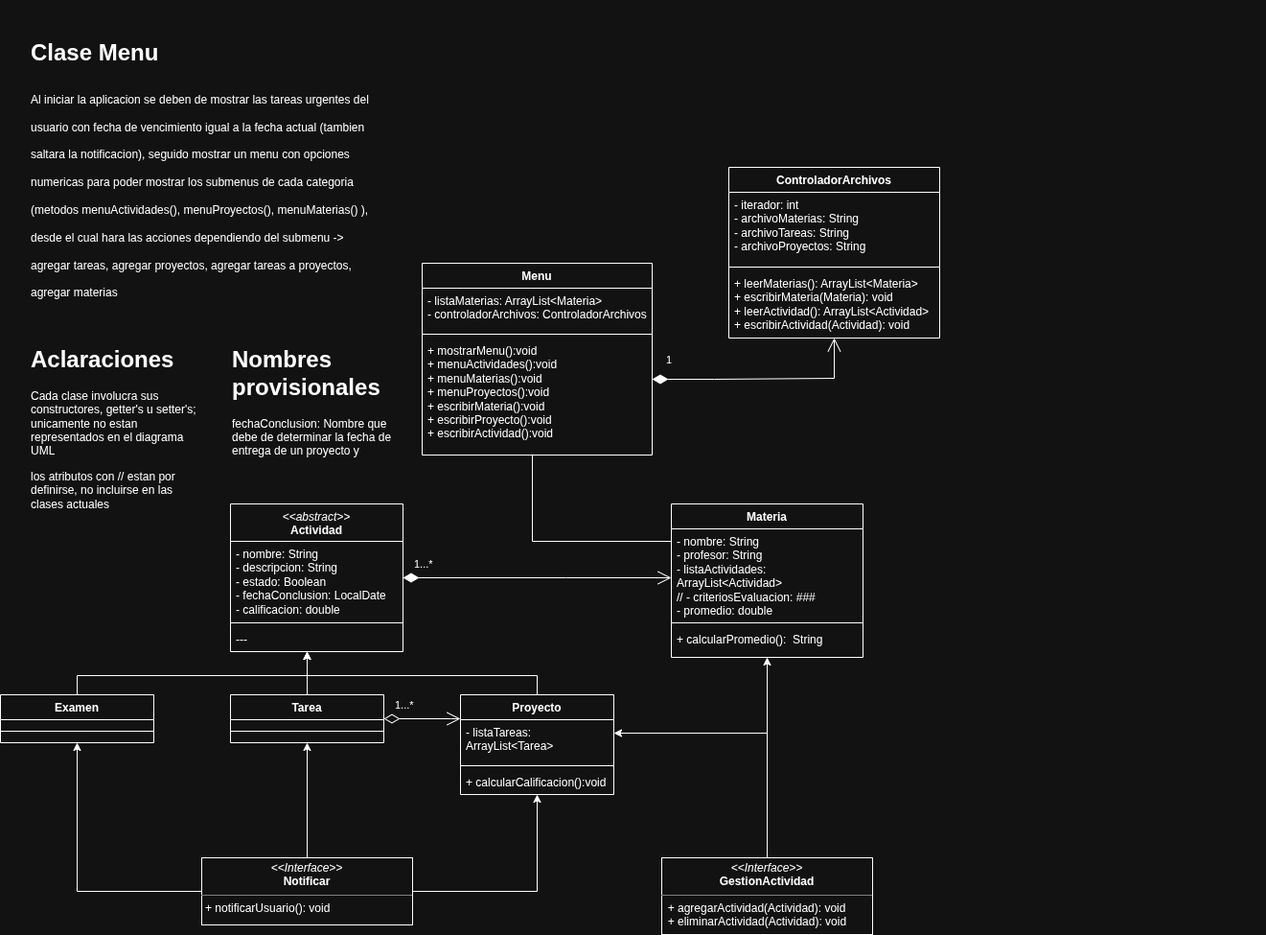
Leonardo-Lomas/Clase-POO---Proyecto---Gestor-Tareas keeps this draw.io diagram as Documentacion/UML.png. Above is the earlier version. Source tidied: cells renumbered, new cells last; positions are measured from the earlier drawing's top-left corner, leaving out a move shared by most shapes.
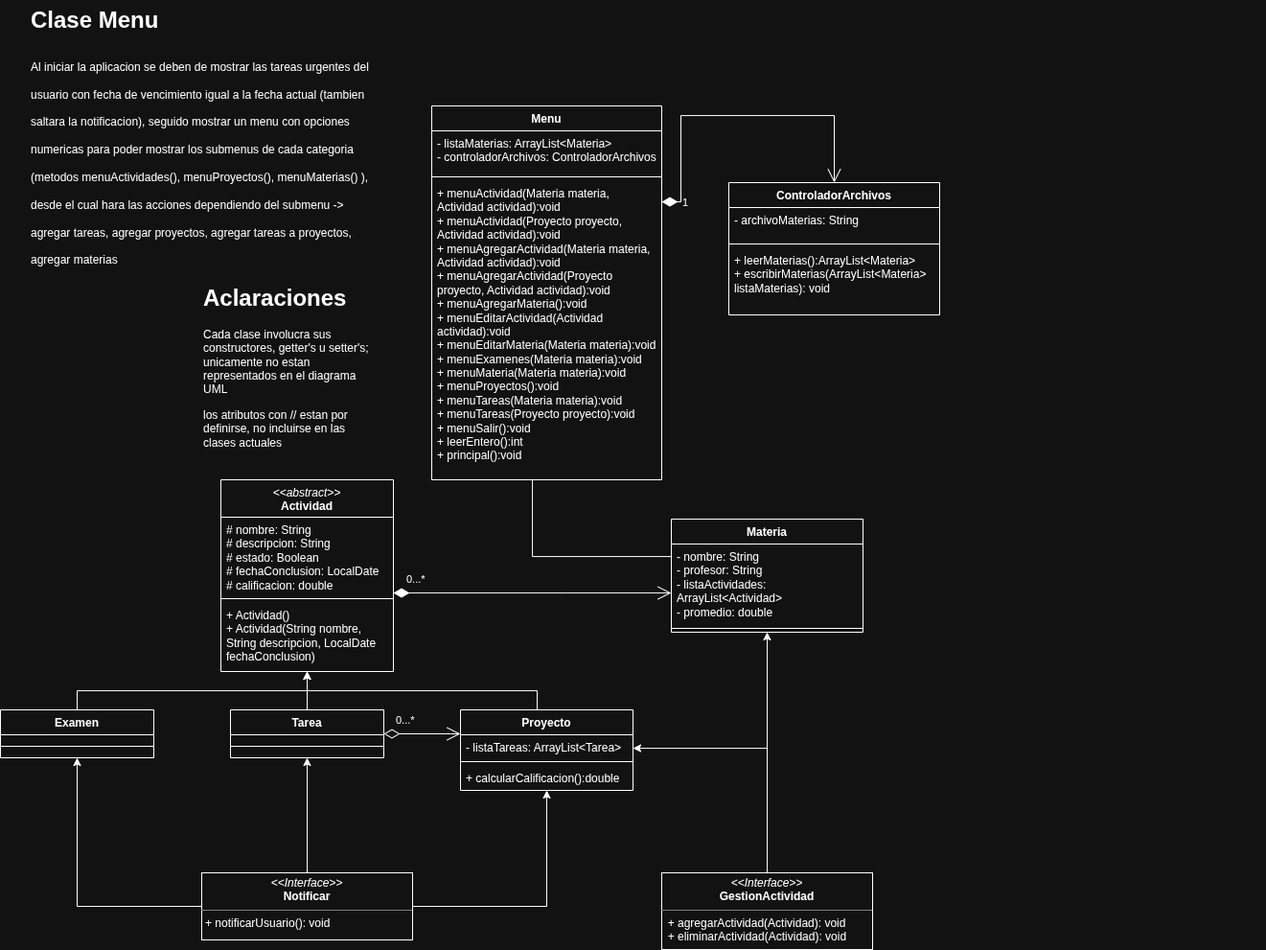
Later version of the same file.

Commit message:
modificacion de UML

Change to the diagram source:
```diff
@@ -6,24 +6,20 @@
       <mxGeometry x="1140" width="180" height="120" as="geometry" />
     </mxCell>
     <mxCell id="3" value="&lt;i style=&quot;font-weight: normal;&quot;&gt;&amp;lt;&amp;lt;abstract&amp;gt;&amp;gt;&lt;/i&gt;&lt;div&gt;Actividad&lt;/div&gt;" style="swimlane;fontStyle=1;align=center;verticalAlign=top;horizontal=1;startSize=39;whiteSpace=wrap;html=1;" parent="1" vertex="1">
-      <mxGeometry x="240" y="525" width="180" height="154" as="geometry" />
+      <mxGeometry x="230" y="484" width="180" height="200" as="geometry" />
     </mxCell>
-    <mxCell id="4" value="- nombre: String&lt;div&gt;- descripcion: String&lt;/div&gt;&lt;div&gt;- estado: Boolean&lt;/div&gt;&lt;div&gt;- fechaConclusion: LocalDate&lt;/div&gt;&lt;div&gt;- calificacion: double&lt;/div&gt;" style="text;strokeColor=none;fillColor=none;align=left;verticalAlign=top;spacingLeft=4;spacingRight=4;overflow=hidden;whiteSpace=wrap;html=1;" parent="3" vertex="1">
+    <mxCell id="4" value="# nombre: String&lt;div&gt;# descripcion: String&lt;/div&gt;&lt;div&gt;# estado: Boolean&lt;/div&gt;&lt;div&gt;# fechaConclusion: LocalDate&lt;/div&gt;&lt;div&gt;# calificacion: double&lt;/div&gt;" style="text;strokeColor=none;fillColor=none;align=left;verticalAlign=top;spacingLeft=4;spacingRight=4;overflow=hidden;whiteSpace=wrap;html=1;" parent="3" vertex="1">
       <mxGeometry y="39" width="180" height="81" as="geometry" />
     </mxCell>
     <mxCell id="5" style="line;strokeWidth=1;fillColor=none;align=left;verticalAlign=middle;spacingTop=-1;spacingLeft=3;spacingRight=3;labelPosition=right;strokeColor=inherit;" parent="3" vertex="1">
       <mxGeometry y="120" width="180" height="8" as="geometry" />
     </mxCell>
-    <mxCell id="6" value="---" style="text;strokeColor=none;fillColor=none;align=left;verticalAlign=top;spacingLeft=4;spacingRight=4;overflow=hidden;whiteSpace=wrap;html=1;" parent="3" vertex="1">
-      <mxGeometry y="128" width="180" height="26" as="geometry" />
+    <mxCell id="6" value="+ Actividad()&lt;div&gt;+ Actividad(String nombre, String descripcion, LocalDate fechaConclusion)&lt;/div&gt;" style="text;strokeColor=none;fillColor=none;align=left;verticalAlign=top;spacingLeft=4;spacingRight=4;overflow=hidden;whiteSpace=wrap;html=1;" parent="3" vertex="1">
+      <mxGeometry y="128" width="180" height="72" as="geometry" />
     </mxCell>
-    <mxCell id="7" value="&lt;h1 style=&quot;margin-top: 0px;&quot;&gt;Nombres provisionales&lt;/h1&gt;&lt;div&gt;fechaConclusion: Nombre que debe de determinar la fecha de entrega de un proyecto y actividad; de igual forma debe de expresar la fecha de presentacion de un examen&lt;/div&gt;" style="text;html=1;whiteSpace=wrap;overflow=hidden;rounded=0;" parent="1" vertex="1">
-      <mxGeometry x="240" y="354" width="180" height="120" as="geometry" />
-    </mxCell>
-    <mxCell id="8" style="edgeStyle=orthogonalEdgeStyle;rounded=0;orthogonalLoop=1;jettySize=auto;html=1;" parent="1" edge="1">
+    <mxCell id="8" style="edgeStyle=orthogonalEdgeStyle;rounded=0;jettySize=auto;html=1;" parent="1" edge="1" target="3">
       <mxGeometry relative="1" as="geometry">
-        <mxPoint x="310" y="724" as="sourcePoint" />
-        <mxPoint x="320" y="679" as="targetPoint" />
+        <mxPoint x="315" y="724" as="sourcePoint" />
         <Array as="points">
           <mxPoint x="320" y="724" />
         </Array>
@@ -58,19 +54,19 @@
       </mxGeometry>
     </mxCell>
     <mxCell id="15" value="Proyecto" style="swimlane;fontStyle=1;align=center;verticalAlign=top;horizontal=1;startSize=26;whiteSpace=wrap;html=1;" parent="1" vertex="1">
-      <mxGeometry x="480" y="724" width="160" height="104" as="geometry" />
+      <mxGeometry x="480" y="724" width="180" height="84" as="geometry" />
     </mxCell>
     <mxCell id="16" value="- listaTareas: ArrayList&amp;lt;Tarea&amp;gt;" style="text;strokeColor=none;fillColor=none;align=left;verticalAlign=top;spacingLeft=4;spacingRight=4;overflow=hidden;whiteSpace=wrap;html=1;" parent="15" vertex="1">
-      <mxGeometry y="26" width="160" height="44" as="geometry" />
+      <mxGeometry y="26" width="180" height="24" as="geometry" />
     </mxCell>
     <mxCell id="17" style="line;strokeWidth=1;fillColor=none;align=left;verticalAlign=middle;spacingTop=-1;spacingLeft=3;spacingRight=3;labelPosition=right;strokeColor=inherit;" parent="15" vertex="1">
-      <mxGeometry y="70" width="160" height="8" as="geometry" />
+      <mxGeometry y="50" width="180" height="8" as="geometry" />
     </mxCell>
-    <mxCell id="18" value="+ calcularCalificacion():void" style="text;strokeColor=none;fillColor=none;align=left;verticalAlign=top;spacingLeft=4;spacingRight=4;overflow=hidden;whiteSpace=wrap;html=1;" parent="15" vertex="1">
-      <mxGeometry y="78" width="160" height="26" as="geometry" />
+    <mxCell id="18" value="+ calcularCalificacion():double" style="text;strokeColor=none;fillColor=none;align=left;verticalAlign=top;spacingLeft=4;spacingRight=4;overflow=hidden;whiteSpace=wrap;html=1;" parent="15" vertex="1">
+      <mxGeometry y="58" width="180" height="26" as="geometry" />
     </mxCell>
     <mxCell id="19" value="&lt;h1 style=&quot;margin-top: 0px;&quot;&gt;Aclaraciones&lt;/h1&gt;&lt;p&gt;Cada clase involucra sus constructores, getter's u setter's; unicamente no estan representados en el diagrama UML&lt;/p&gt;&lt;p&gt;los atributos con // estan por definirse, no incluirse en las clases actuales&lt;/p&gt;" style="text;html=1;whiteSpace=wrap;overflow=hidden;rounded=0;" parent="1" vertex="1">
-      <mxGeometry x="30" y="354" width="180" height="190" as="geometry" />
+      <mxGeometry x="210" y="274" width="180" height="190" as="geometry" />
     </mxCell>
     <mxCell id="20" style="edgeStyle=orthogonalEdgeStyle;rounded=0;jettySize=auto;html=1;endArrow=none;endFill=0;" parent="1" edge="1" source="21" target="34">
       <mxGeometry relative="1" as="geometry">
@@ -80,17 +76,14 @@
       </mxGeometry>
     </mxCell>
     <mxCell id="21" value="Materia" style="swimlane;fontStyle=1;align=center;verticalAlign=top;horizontal=1;startSize=26;whiteSpace=wrap;html=1;" parent="1" vertex="1">
-      <mxGeometry x="700" y="525" width="200" height="160" as="geometry" />
+      <mxGeometry x="700" y="525" width="200" height="118" as="geometry" />
     </mxCell>
-    <mxCell id="22" value="- nombre: String&lt;div&gt;- profesor: String&lt;/div&gt;&lt;div&gt;&lt;span style=&quot;background-color: transparent; color: light-dark(rgb(0, 0, 0), rgb(255, 255, 255));&quot;&gt;- listaActividades: ArrayList&amp;lt;Actividad&amp;gt;&lt;/span&gt;&lt;/div&gt;&lt;div&gt;&lt;span style=&quot;background-color: transparent; color: light-dark(rgb(0, 0, 0), rgb(255, 255, 255));&quot;&gt;// - criteriosEvaluacion: ###&amp;nbsp;&lt;/span&gt;&lt;/div&gt;&lt;div&gt;&lt;span style=&quot;background-color: transparent; color: light-dark(rgb(0, 0, 0), rgb(255, 255, 255));&quot;&gt;- promedio: double&lt;/span&gt;&lt;/div&gt;" style="text;strokeColor=none;fillColor=none;align=left;verticalAlign=top;spacingLeft=4;spacingRight=4;overflow=hidden;whiteSpace=wrap;html=1;" parent="21" vertex="1">
-      <mxGeometry y="26" width="200" height="94" as="geometry" />
+    <mxCell id="22" value="- nombre: String&lt;div&gt;- profesor: String&lt;/div&gt;&lt;div&gt;&lt;span style=&quot;background-color: transparent; color: light-dark(rgb(0, 0, 0), rgb(255, 255, 255));&quot;&gt;- listaActividades: ArrayList&amp;lt;Actividad&amp;gt;&lt;/span&gt;&lt;/div&gt;&lt;div&gt;&lt;span style=&quot;background-color: transparent; color: light-dark(rgb(0, 0, 0), rgb(255, 255, 255));&quot;&gt;- promedio: double&lt;/span&gt;&lt;/div&gt;" style="text;strokeColor=none;fillColor=none;align=left;verticalAlign=top;spacingLeft=4;spacingRight=4;overflow=hidden;whiteSpace=wrap;html=1;" parent="21" vertex="1">
+      <mxGeometry y="26" width="200" height="84" as="geometry" />
     </mxCell>
     <mxCell id="23" style="line;strokeWidth=1;fillColor=none;align=left;verticalAlign=middle;spacingTop=-1;spacingLeft=3;spacingRight=3;labelPosition=right;strokeColor=inherit;" parent="21" vertex="1">
-      <mxGeometry y="120" width="200" height="8" as="geometry" />
+      <mxGeometry y="110" width="200" height="8" as="geometry" />
     </mxCell>
-    <mxCell id="24" value="+ calcularPromedio():&amp;nbsp; String" style="text;strokeColor=none;fillColor=none;align=left;verticalAlign=top;spacingLeft=4;spacingRight=4;overflow=hidden;whiteSpace=wrap;html=1;" parent="21" vertex="1">
-      <mxGeometry y="128" width="200" height="32" as="geometry" />
-    </mxCell>
     <mxCell id="25" style="edgeStyle=orthogonalEdgeStyle;rounded=0;jettySize=auto;html=1;" parent="1" edge="1" source="28" target="15">
       <mxGeometry relative="1" as="geometry" />
     </mxCell>
@@ -103,7 +96,7 @@
     <mxCell id="28" value="&lt;p style=&quot;margin:0px;margin-top:4px;text-align:center;&quot;&gt;&lt;i&gt;&amp;lt;&amp;lt;Interface&amp;gt;&amp;gt;&lt;/i&gt;&lt;br&gt;&lt;b&gt;Notificar&lt;/b&gt;&lt;/p&gt;&lt;hr size=&quot;1&quot; style=&quot;border-style:solid;&quot;&gt;&lt;p style=&quot;margin:0px;margin-left:4px;&quot;&gt;&lt;span style=&quot;background-color: transparent; color: light-dark(rgb(0, 0, 0), rgb(255, 255, 255));&quot;&gt;+ notificarUsuario(): void&lt;/span&gt;&lt;/p&gt;" style="verticalAlign=top;align=left;overflow=fill;html=1;whiteSpace=wrap;" parent="1" vertex="1">
       <mxGeometry x="210" y="894" width="220" height="70" as="geometry" />
     </mxCell>
-    <mxCell id="29" value="1...*" style="endArrow=open;html=1;endSize=12;startArrow=diamondThin;startSize=14;startFill=1;edgeStyle=orthogonalEdgeStyle;align=left;verticalAlign=bottom;rounded=0;" parent="1" edge="1" source="3" target="21">
+    <mxCell id="29" value="0...*" style="endArrow=open;html=1;endSize=12;startArrow=diamondThin;startSize=14;startFill=1;edgeStyle=orthogonalEdgeStyle;align=left;verticalAlign=bottom;rounded=0;" parent="1" edge="1" source="3" target="21">
       <mxGeometry x="-0.92" y="5" relative="1" as="geometry">
         <Array as="points">
           <mxPoint x="590" y="602" />
@@ -124,7 +117,7 @@
     <mxCell id="32" value="&lt;p style=&quot;margin:0px;margin-top:4px;text-align:center;&quot;&gt;&lt;i&gt;&amp;lt;&amp;lt;Interface&amp;gt;&amp;gt;&lt;/i&gt;&lt;br&gt;&lt;b&gt;GestionActividad&lt;/b&gt;&lt;/p&gt;&lt;hr size=&quot;1&quot; style=&quot;border-style:solid;&quot;&gt;&lt;div&gt;&amp;nbsp; + agregarActividad(Actividad): void&lt;/div&gt;&lt;div&gt;&amp;nbsp; + eliminarActividad(Actividad): void&lt;/div&gt;" style="verticalAlign=top;align=left;overflow=fill;html=1;whiteSpace=wrap;" parent="1" vertex="1">
       <mxGeometry x="690" y="894" width="220" height="80" as="geometry" />
     </mxCell>
-    <mxCell id="33" value="1...*" style="endArrow=open;html=1;endSize=12;startArrow=diamondThin;startSize=14;startFill=0;edgeStyle=orthogonalEdgeStyle;align=left;verticalAlign=bottom;rounded=0;" parent="1" edge="1" source="9" target="15">
+    <mxCell id="33" value="0...*" style="endArrow=open;html=1;endSize=12;startArrow=diamondThin;startSize=14;startFill=0;edgeStyle=orthogonalEdgeStyle;align=left;verticalAlign=bottom;rounded=0;" parent="1" edge="1" source="9" target="15">
       <mxGeometry x="-0.75" y="5" relative="1" as="geometry">
         <Array as="points">
           <mxPoint x="470" y="749" />
@@ -133,7 +126,7 @@
       </mxGeometry>
     </mxCell>
     <mxCell id="34" value="Menu" style="swimlane;fontStyle=1;align=center;verticalAlign=top;horizontal=1;startSize=26;whiteSpace=wrap;html=1;" parent="1" vertex="1">
-      <mxGeometry x="440" y="274" width="240" height="200" as="geometry" />
+      <mxGeometry x="450" y="94" width="240" height="390" as="geometry" />
     </mxCell>
     <mxCell id="35" value="- listaMaterias: ArrayList&amp;lt;Materia&amp;gt;&lt;div&gt;- controladorArchivos: ControladorArchivos&lt;/div&gt;" style="text;strokeColor=none;fillColor=none;align=left;verticalAlign=top;spacingLeft=4;spacingRight=4;overflow=hidden;whiteSpace=wrap;html=1;" parent="34" vertex="1">
       <mxGeometry y="26" width="240" height="44" as="geometry" />
@@ -141,31 +134,33 @@
     <mxCell id="36" style="line;strokeWidth=1;fillColor=none;align=left;verticalAlign=middle;spacingTop=-1;spacingLeft=3;spacingRight=3;labelPosition=right;strokeColor=inherit;" parent="34" vertex="1">
       <mxGeometry y="70" width="240" height="8" as="geometry" />
     </mxCell>
-    <mxCell id="37" value="&lt;div&gt;+ mostrarMenu():void&lt;/div&gt;+ menuActividades():void&lt;div&gt;+ menuMaterias():void&lt;/div&gt;&lt;div&gt;+ menuProyectos():void&lt;/div&gt;&lt;div&gt;+ escribirMateria():void&lt;/div&gt;&lt;div&gt;+ escribirProyecto():void&lt;/div&gt;&lt;div&gt;+ escribirActividad():void&lt;/div&gt;" style="text;strokeColor=none;fillColor=none;align=left;verticalAlign=top;spacingLeft=4;spacingRight=4;overflow=hidden;whiteSpace=wrap;html=1;" parent="34" vertex="1">
-      <mxGeometry y="78" width="240" height="122" as="geometry" />
+    <mxCell id="37" value="&lt;div&gt;+ menuActividad(Materia materia, Actividad actividad):void&lt;/div&gt;&lt;div&gt;+ menuActividad(Proyecto proyecto, Actividad actividad):void&lt;/div&gt;&lt;div&gt;+ menuAgregarActividad(&lt;span style=&quot;background-color: transparent; color: light-dark(rgb(0, 0, 0), rgb(255, 255, 255));&quot;&gt;Materia materia, Actividad actividad&lt;/span&gt;&lt;span style=&quot;background-color: transparent; color: light-dark(rgb(0, 0, 0), rgb(255, 255, 255));&quot;&gt;):void&lt;/span&gt;&lt;/div&gt;&lt;div&gt;+ menuAgregarActividad(&lt;span style=&quot;background-color: transparent; color: light-dark(rgb(0, 0, 0), rgb(255, 255, 255));&quot;&gt;Proyecto proyecto, Actividad actividad&lt;/span&gt;&lt;span style=&quot;background-color: transparent; color: light-dark(rgb(0, 0, 0), rgb(255, 255, 255));&quot;&gt;):void&lt;/span&gt;&lt;/div&gt;&lt;div&gt;&lt;span style=&quot;background-color: transparent; color: light-dark(rgb(0, 0, 0), rgb(255, 255, 255));&quot;&gt;+ menuAgregarMateria():void&lt;/span&gt;&lt;/div&gt;&lt;div&gt;&lt;span style=&quot;background-color: transparent; color: light-dark(rgb(0, 0, 0), rgb(255, 255, 255));&quot;&gt;+ menuEditarActividad(Actividad actividad):void&lt;/span&gt;&lt;/div&gt;&lt;div&gt;&lt;span style=&quot;background-color: transparent; color: light-dark(rgb(0, 0, 0), rgb(255, 255, 255));&quot;&gt;+ menuEditarMateria(Materia materia):void&lt;/span&gt;&lt;/div&gt;&lt;div&gt;&lt;span style=&quot;background-color: transparent; color: light-dark(rgb(0, 0, 0), rgb(255, 255, 255));&quot;&gt;+ menuExamenes(Materia materia):void&lt;/span&gt;&lt;/div&gt;&lt;div&gt;+ menuMateria(Materia materia):void&lt;/div&gt;&lt;div&gt;+ menuProyectos():void&lt;/div&gt;&lt;div&gt;+ menuTareas(Materia materia):void&lt;/div&gt;&lt;div&gt;+ menuTareas(Proyecto proyecto):void&lt;/div&gt;&lt;div&gt;+ menuSalir():void&lt;/div&gt;&lt;div&gt;+ leerEntero():int&lt;/div&gt;&lt;div&gt;+ principal():void&lt;/div&gt;" style="text;strokeColor=none;fillColor=none;align=left;verticalAlign=top;spacingLeft=4;spacingRight=4;overflow=hidden;whiteSpace=wrap;html=1;" parent="34" vertex="1">
+      <mxGeometry y="78" width="240" height="312" as="geometry" />
     </mxCell>
     <mxCell id="38" value="ControladorArchivos" style="swimlane;fontStyle=1;align=center;verticalAlign=top;horizontal=1;startSize=26;whiteSpace=wrap;html=1;" parent="1" vertex="1">
-      <mxGeometry x="760" y="174" width="220" height="178" as="geometry" />
+      <mxGeometry x="760" y="174" width="220" height="138" as="geometry" />
     </mxCell>
-    <mxCell id="39" value="- iterador: int&lt;div&gt;- archivoMaterias: String&lt;/div&gt;&lt;div&gt;- archivoTareas: String&lt;/div&gt;&lt;div&gt;- archivoProyectos: String&lt;/div&gt;" style="text;strokeColor=none;fillColor=none;align=left;verticalAlign=top;spacingLeft=4;spacingRight=4;overflow=hidden;whiteSpace=wrap;html=1;" parent="38" vertex="1">
-      <mxGeometry y="26" width="220" height="74" as="geometry" />
+    <mxCell id="39" value="- archivoMaterias: String" style="text;strokeColor=none;fillColor=none;align=left;verticalAlign=top;spacingLeft=4;spacingRight=4;overflow=hidden;whiteSpace=wrap;html=1;" parent="38" vertex="1">
+      <mxGeometry y="26" width="220" height="34" as="geometry" />
     </mxCell>
     <mxCell id="40" style="line;strokeWidth=1;fillColor=none;align=left;verticalAlign=middle;spacingTop=-1;spacingLeft=3;spacingRight=3;labelPosition=right;strokeColor=inherit;" parent="38" vertex="1">
-      <mxGeometry y="100" width="220" height="8" as="geometry" />
+      <mxGeometry y="60" width="220" height="8" as="geometry" />
     </mxCell>
-    <mxCell id="41" value="+ leerMaterias(): ArrayList&amp;lt;Materia&amp;gt;&lt;div&gt;+ escribirMateria(Materia): void&lt;/div&gt;&lt;div&gt;+ leerActividad(): ArrayList&amp;lt;Actividad&amp;gt;&lt;/div&gt;&lt;div&gt;+ escribirActividad(Actividad): void&lt;/div&gt;" style="text;strokeColor=none;fillColor=none;align=left;verticalAlign=top;spacingLeft=4;spacingRight=4;overflow=hidden;whiteSpace=wrap;html=1;" parent="38" vertex="1">
-      <mxGeometry y="108" width="220" height="70" as="geometry" />
+    <mxCell id="41" value="+ leerMaterias():ArrayList&amp;lt;Materia&amp;gt;&lt;div&gt;+ escribirMaterias(ArrayList&amp;lt;Materia&amp;gt; listaMaterias): void&lt;/div&gt;" style="text;strokeColor=none;fillColor=none;align=left;verticalAlign=top;spacingLeft=4;spacingRight=4;overflow=hidden;whiteSpace=wrap;html=1;" parent="38" vertex="1">
+      <mxGeometry y="68" width="220" height="70" as="geometry" />
     </mxCell>
     <mxCell id="42" value="1" style="endArrow=open;html=1;endSize=12;startArrow=diamondThin;startSize=14;startFill=1;edgeStyle=orthogonalEdgeStyle;align=left;verticalAlign=bottom;rounded=0;" parent="1" edge="1" source="34" target="38">
-      <mxGeometry x="-0.9" y="11" relative="1" as="geometry">
+      <mxGeometry x="-0.88" y="-10" relative="1" as="geometry">
         <Array as="points">
-          <mxPoint x="745" y="395" />
-          <mxPoint x="745" y="394" />
+          <mxPoint x="710" y="194" />
+          <mxPoint x="710" y="104" />
+          <mxPoint x="870" y="104" />
         </Array>
+        <mxPoint x="-10" y="10" as="offset" />
       </mxGeometry>
     </mxCell>
     <mxCell id="43" value="&lt;h1 style=&quot;margin-top: 0px;&quot;&gt;&lt;span style=&quot;background-color: transparent; color: light-dark(rgb(0, 0, 0), rgb(255, 255, 255));&quot;&gt;Clase Menu&lt;/span&gt;&lt;/h1&gt;&lt;h1 style=&quot;margin-top: 0px;&quot;&gt;&lt;span style=&quot;font-size: 12px; font-weight: 400;&quot;&gt;Al iniciar la aplicacion se deben de mostrar las tareas urgentes del usuario con fecha de vencimiento igual a la fecha actual (tambien saltara la notificacion), seguido mostrar un menu con opciones numericas para poder mostrar los submenus de cada categoria (metodos menuActividades(), menuProyectos(), menuMaterias() ), desde el cual hara las acciones dependiendo del submenu -&amp;gt; agregar tareas, agregar proyectos, agregar tareas a proyectos, agregar materias&lt;/span&gt;&lt;/h1&gt;" style="text;html=1;whiteSpace=wrap;overflow=hidden;rounded=0;" parent="1" vertex="1">
-      <mxGeometry x="30" y="34" width="360" height="290" as="geometry" />
+      <mxGeometry x="30" y="-16" width="360" height="290" as="geometry" />
     </mxCell>
   </root>
 </mxGraphModel>
```
